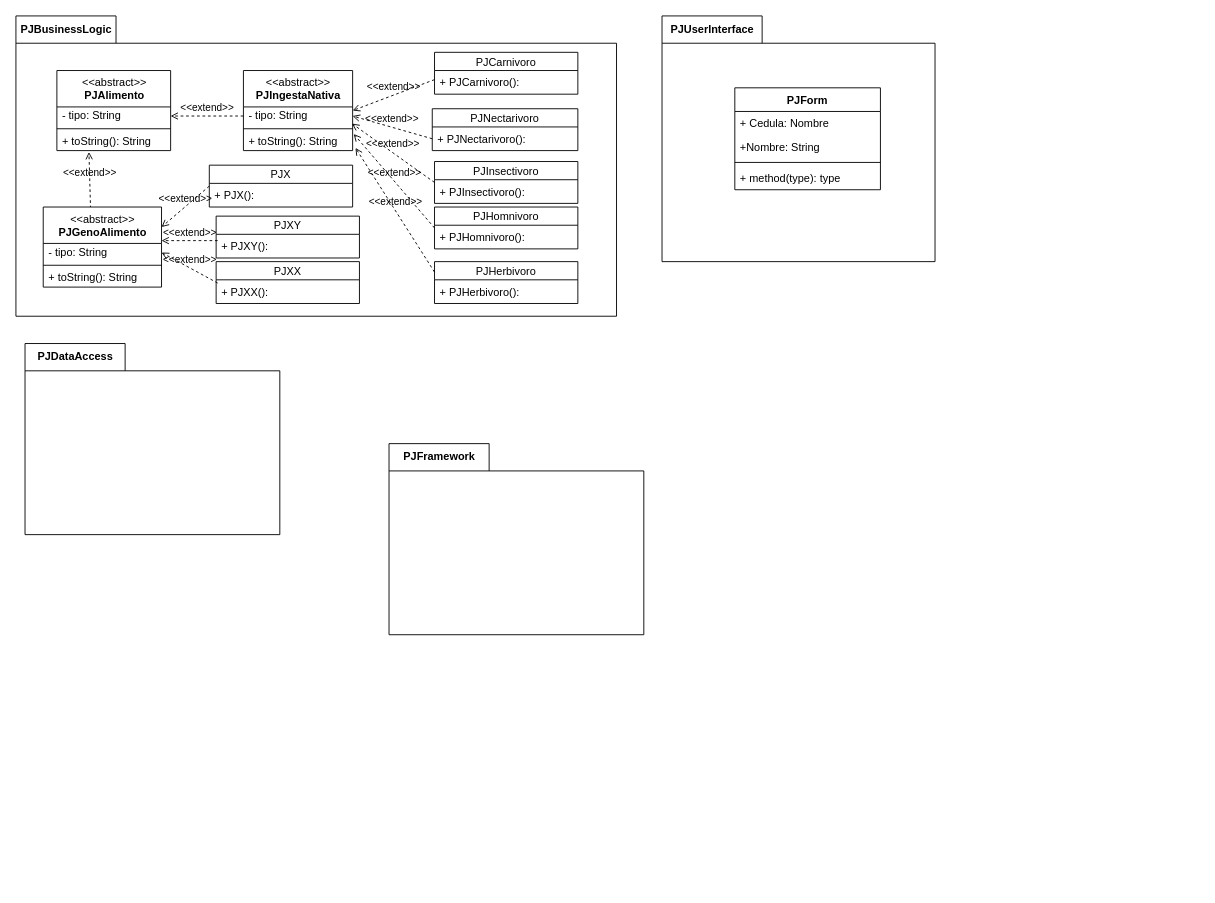
Earlier version of the draw.io diagram Design/PJDCL.dio (Josselyn1303/PJEcuAnt2k24A). Source tidied: cells renumbered, new cells numbered last; positions are measured from the earlier drawing's top-left corner, leaving out a move shared by most shapes. Both pictures are drawn from the tidied source at 91%, with x=0, y=0 at pixel (15, 15).
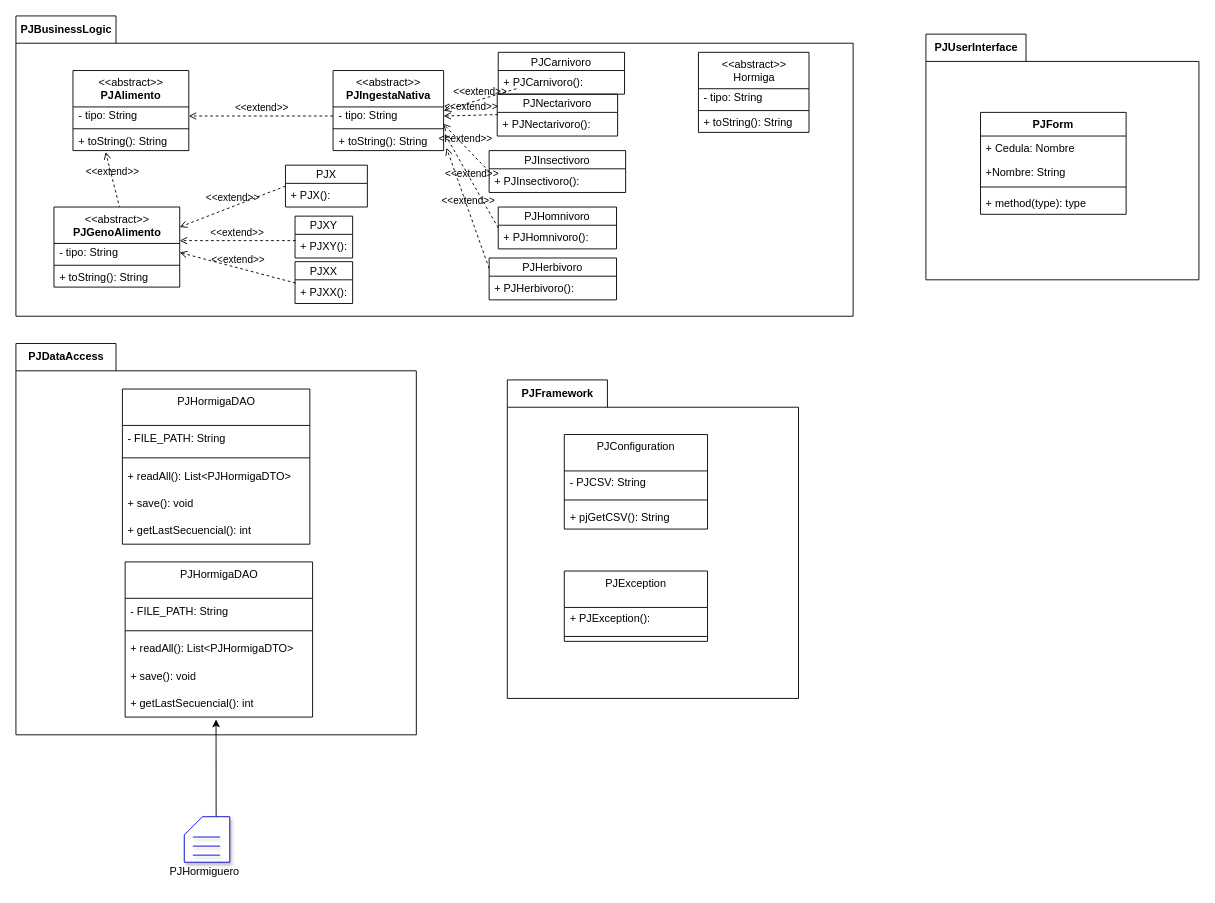
Above is the later version.

Change to the diagram source:
```diff
@@
     <mxCell id="2" value="PJBusinessLogic" style="shape=folder;fontStyle=1;tabWidth=110;tabHeight=30;tabPosition=left;html=1;boundedLbl=1;labelInHeader=1;" parent="1" vertex="1">
-      <mxGeometry width="660" height="330" as="geometry" />
+      <mxGeometry width="920" height="330" as="geometry" />
     </mxCell>
     <mxCell id="3" style="html=1;strokeColor=none;fillColor=none;" parent="2" vertex="1">
-      <mxGeometry width="660" height="231" relative="1" as="geometry">
+      <mxGeometry width="920" height="231" relative="1" as="geometry">
         <mxPoint y="30" as="offset" />
       </mxGeometry>
     </mxCell>
     <mxCell id="4" value="&amp;lt;&amp;lt;abstract&amp;gt;&amp;gt;&lt;br&gt;&lt;b&gt;PJAlimento&lt;/b&gt;" style="swimlane;fontStyle=0;align=center;verticalAlign=top;horizontal=1;startSize=40;html=1;" parent="2" vertex="1">
-      <mxGeometry x="45" y="60" width="125" height="88" as="geometry" />
+      <mxGeometry x="62.7" y="60" width="127.3" height="88" as="geometry" />
     </mxCell>
     <mxCell id="5" value="- tipo: String" style="text;html=1;strokeColor=none;fillColor=none;align=left;verticalAlign=middle;spacingLeft=4;spacingRight=4;overflow=hidden;points=[[0,0.5],[1,0.5]];portConstraint=eastwest;" parent="4" vertex="1">
-      <mxGeometry y="40" width="125" height="20" as="geometry" />
+      <mxGeometry y="40" width="127.3" height="20" as="geometry" />
     </mxCell>
     <mxCell id="6" style="line;strokeWidth=1;fillColor=none;align=left;verticalAlign=middle;spacingTop=-1;spacingLeft=3;spacingRight=3;labelPosition=right;" parent="4" vertex="1">
-      <mxGeometry y="60" width="125" height="8" as="geometry" />
+      <mxGeometry y="60" width="127.3" height="8" as="geometry" />
     </mxCell>
     <mxCell id="7" value="+ toString(): String" style="text;html=1;strokeColor=none;fillColor=none;align=left;verticalAlign=middle;spacingLeft=4;spacingRight=4;overflow=hidden;points=[[0,0.5],[1,0.5]];portConstraint=eastwest;" parent="4" vertex="1">
-      <mxGeometry y="68" width="125" height="20" as="geometry" />
+      <mxGeometry y="68" width="127.3" height="20" as="geometry" />
     </mxCell>
     <mxCell id="8" value="&amp;lt;&amp;lt;extend&amp;gt;&amp;gt;" style="html=1;verticalAlign=bottom;labelBackgroundColor=none;endArrow=open;endFill=0;dashed=1;entryX=1;entryY=0.5;entryDx=0;entryDy=0;exitX=0;exitY=0.5;exitDx=0;exitDy=0;" parent="2" edge="1" target="5">
       <mxGeometry relative="1" as="geometry">
-        <mxPoint x="250" y="110" as="sourcePoint" />
+        <mxPoint x="348.5" y="110" as="sourcePoint" />
       </mxGeometry>
     </mxCell>
     <mxCell id="9" value="&amp;lt;&amp;lt;extend&amp;gt;&amp;gt;" style="html=1;verticalAlign=bottom;labelBackgroundColor=none;endArrow=open;endFill=0;dashed=1;exitX=0.433;exitY=0.017;exitDx=0;exitDy=0;exitPerimeter=0;entryX=0.282;entryY=1.077;entryDx=0;entryDy=0;entryPerimeter=0;" parent="2" edge="1" target="7">
       <mxGeometry relative="1" as="geometry">
-        <mxPoint x="82" y="211.5" as="sourcePoint" />
+        <mxPoint x="114.2" y="211.5" as="sourcePoint" />
       </mxGeometry>
     </mxCell>
     <mxCell id="10" value="PJCarnivoro" style="swimlane;fontStyle=0;horizontal=1;startSize=20;fillColor=none;" parent="2" vertex="1">
-      <mxGeometry x="460" y="40" width="157.5" height="46" as="geometry" />
+      <mxGeometry x="530" y="40" width="138.8" height="46" as="geometry" />
     </mxCell>
     <mxCell id="11" value="+ PJCarnivoro():" style="text;strokeColor=none;fillColor=none;align=left;verticalAlign=top;spacingLeft=4;spacingRight=4;overflow=hidden;" parent="10" vertex="1">
-      <mxGeometry y="20" width="157.5" height="26" as="geometry" />
+      <mxGeometry y="20" width="138.8" height="26" as="geometry" />
     </mxCell>
     <mxCell id="12" value="&amp;lt;&amp;lt;abstract&amp;gt;&amp;gt;&lt;br style=&quot;border-color: var(--border-color);&quot;&gt;&lt;b&gt;PJIngestaNativa&lt;/b&gt;" style="swimlane;fontStyle=0;align=center;verticalAlign=top;horizontal=1;startSize=40;html=1;" parent="2" vertex="1">
-      <mxGeometry x="250" y="60" width="120" height="88" as="geometry" />
+      <mxGeometry x="348.5" y="60" width="121.5" height="88" as="geometry" />
     </mxCell>
     <mxCell id="13" value="- tipo: String" style="text;html=1;strokeColor=none;fillColor=none;align=left;verticalAlign=middle;spacingLeft=4;spacingRight=4;overflow=hidden;points=[[0,0.5],[1,0.5]];portConstraint=eastwest;" parent="12" vertex="1">
-      <mxGeometry y="40" width="120" height="20" as="geometry" />
+      <mxGeometry y="40" width="121.5" height="20" as="geometry" />
     </mxCell>
     <mxCell id="14" style="line;strokeWidth=1;fillColor=none;align=left;verticalAlign=middle;spacingTop=-1;spacingLeft=3;spacingRight=3;labelPosition=right;" parent="12" vertex="1">
-      <mxGeometry y="60" width="120" height="8" as="geometry" />
+      <mxGeometry y="60" width="121.5" height="8" as="geometry" />
     </mxCell>
     <mxCell id="15" value="+ toString(): String" style="text;html=1;strokeColor=none;fillColor=none;align=left;verticalAlign=middle;spacingLeft=4;spacingRight=4;overflow=hidden;points=[[0,0.5],[1,0.5]];portConstraint=eastwest;" parent="12" vertex="1">
-      <mxGeometry y="68" width="120" height="20" as="geometry" />
+      <mxGeometry y="68" width="121.5" height="20" as="geometry" />
     </mxCell>
     <mxCell id="16" value="&amp;lt;&amp;lt;abstract&amp;gt;&amp;gt;&lt;br style=&quot;border-color: var(--border-color);&quot;&gt;&lt;b&gt;PJGenoAlimento&lt;/b&gt;" style="swimlane;fontStyle=0;align=center;verticalAlign=top;horizontal=1;startSize=40;html=1;" parent="2" vertex="1">
-      <mxGeometry x="30" y="210" width="130" height="88" as="geometry" />
+      <mxGeometry x="41.8" y="210" width="138.2" height="88" as="geometry" />
     </mxCell>
     <mxCell id="17" value="- tipo: String" style="text;html=1;strokeColor=none;fillColor=none;align=left;verticalAlign=middle;spacingLeft=4;spacingRight=4;overflow=hidden;points=[[0,0.5],[1,0.5]];portConstraint=eastwest;" parent="16" vertex="1">
-      <mxGeometry y="40" width="130" height="20" as="geometry" />
+      <mxGeometry y="40" width="138.2" height="20" as="geometry" />
     </mxCell>
     <mxCell id="18" style="line;strokeWidth=1;fillColor=none;align=left;verticalAlign=middle;spacingTop=-1;spacingLeft=3;spacingRight=3;labelPosition=right;" parent="16" vertex="1">
-      <mxGeometry y="60" width="130" height="8" as="geometry" />
+      <mxGeometry y="60" width="138.2" height="8" as="geometry" />
     </mxCell>
     <mxCell id="19" value="+ toString(): String" style="text;html=1;strokeColor=none;fillColor=none;align=left;verticalAlign=middle;spacingLeft=4;spacingRight=4;overflow=hidden;" parent="16" vertex="1">
-      <mxGeometry y="68" width="130" height="20" as="geometry" />
+      <mxGeometry y="68" width="138.2" height="20" as="geometry" />
     </mxCell>
     <mxCell id="20" value="PJHerbivoro" style="swimlane;fontStyle=0;horizontal=1;startSize=20;fillColor=none;" parent="2" vertex="1">
-      <mxGeometry x="460" y="270" width="157.5" height="46" as="geometry" />
+      <mxGeometry x="520" y="266" width="140" height="46" as="geometry" />
     </mxCell>
     <mxCell id="21" value="+ PJHerbivoro():" style="text;strokeColor=none;fillColor=none;align=left;verticalAlign=top;spacingLeft=4;spacingRight=4;overflow=hidden;" parent="20" vertex="1">
-      <mxGeometry y="20" width="157.5" height="26" as="geometry" />
+      <mxGeometry y="20" width="140" height="26" as="geometry" />
     </mxCell>
     <mxCell id="22" value="PJHomnivoro" style="swimlane;fontStyle=0;horizontal=1;startSize=20;fillColor=none;" parent="2" vertex="1">
-      <mxGeometry x="460" y="210" width="157.5" height="46" as="geometry" />
+      <mxGeometry x="530" y="210" width="130" height="46" as="geometry" />
     </mxCell>
     <mxCell id="23" value="+ PJHomnivoro():" style="text;strokeColor=none;fillColor=none;align=left;verticalAlign=top;spacingLeft=4;spacingRight=4;overflow=hidden;" parent="22" vertex="1">
-      <mxGeometry y="20" width="157.5" height="26" as="geometry" />
+      <mxGeometry y="20" width="130" height="26" as="geometry" />
     </mxCell>
     <mxCell id="24" value="PJInsectivoro" style="swimlane;fontStyle=0;horizontal=1;startSize=20;fillColor=none;" parent="2" vertex="1">
-      <mxGeometry x="460" y="160" width="157.5" height="46" as="geometry" />
+      <mxGeometry x="520" y="148" width="150" height="46" as="geometry" />
     </mxCell>
     <mxCell id="25" value="+ PJInsectivoro():" style="text;strokeColor=none;fillColor=none;align=left;verticalAlign=top;spacingLeft=4;spacingRight=4;overflow=hidden;" parent="24" vertex="1">
-      <mxGeometry y="20" width="157.5" height="26" as="geometry" />
+      <mxGeometry y="20" width="150" height="26" as="geometry" />
     </mxCell>
     <mxCell id="26" value="PJNectarivoro" style="swimlane;fontStyle=0;horizontal=1;startSize=20;fillColor=none;" parent="2" vertex="1">
-      <mxGeometry x="457.5" y="102" width="160" height="46" as="geometry" />
+      <mxGeometry x="528.9" y="86" width="132.3" height="46" as="geometry" />
     </mxCell>
     <mxCell id="27" value="+ PJNectarivoro():" style="text;strokeColor=none;fillColor=none;align=left;verticalAlign=top;spacingLeft=4;spacingRight=4;overflow=hidden;points=[[0,0.5],[1,0.5]];portConstraint=eastwest;" parent="26" vertex="1">
-      <mxGeometry y="20" width="160" height="26" as="geometry" />
+      <mxGeometry y="20" width="132.3" height="26" as="geometry" />
     </mxCell>
     <mxCell id="28" value="PJXY" style="swimlane;fontStyle=0;horizontal=1;startSize=20;fillColor=none;" parent="2" vertex="1">
-      <mxGeometry x="220" y="220" width="157.5" height="46" as="geometry" />
+      <mxGeometry x="306.7" y="220" width="63.3" height="46" as="geometry" />
     </mxCell>
     <mxCell id="29" value="+ PJXY():" style="text;strokeColor=none;fillColor=none;align=left;verticalAlign=top;spacingLeft=4;spacingRight=4;overflow=hidden;points=[[0,0.5],[1,0.5]];portConstraint=eastwest;" parent="28" vertex="1">
-      <mxGeometry y="20" width="157.5" height="26" as="geometry" />
+      <mxGeometry y="20" width="63.3" height="26" as="geometry" />
     </mxCell>
     <mxCell id="30" value="PJXX" style="swimlane;fontStyle=0;horizontal=1;startSize=20;fillColor=none;" parent="2" vertex="1">
-      <mxGeometry x="220" y="270" width="157.5" height="46" as="geometry" />
+      <mxGeometry x="306.7" y="270" width="63.3" height="46" as="geometry" />
     </mxCell>
     <mxCell id="31" value="+ PJXX():" style="text;strokeColor=none;fillColor=none;align=left;verticalAlign=top;spacingLeft=4;spacingRight=4;overflow=hidden;points=[[0,0.5],[1,0.5]];portConstraint=eastwest;" parent="30" vertex="1">
-      <mxGeometry y="20" width="157.5" height="26" as="geometry" />
+      <mxGeometry y="20" width="63.3" height="26" as="geometry" />
     </mxCell>
-    <mxCell id="32" value="&amp;lt;&amp;lt;extend&amp;gt;&amp;gt;" style="html=1;verticalAlign=bottom;labelBackgroundColor=none;endArrow=open;endFill=0;dashed=1;entryX=1;entryY=0.5;entryDx=0;entryDy=0;exitX=0;exitY=0.5;exitDx=0;exitDy=0;" parent="2" edge="1" target="12">
+    <mxCell id="32" value="&amp;lt;&amp;lt;extend&amp;gt;&amp;gt;" style="html=1;verticalAlign=bottom;labelBackgroundColor=none;endArrow=open;endFill=0;dashed=1;entryX=1;entryY=0.5;entryDx=0;entryDy=0;" parent="2" edge="1" target="12">
       <mxGeometry relative="1" as="geometry">
-        <mxPoint x="460" y="70" as="sourcePoint" />
+        <mxPoint x="550" y="80" as="sourcePoint" />
       </mxGeometry>
     </mxCell>
-    <mxCell id="33" value="&amp;lt;&amp;lt;extend&amp;gt;&amp;gt;" style="html=1;verticalAlign=bottom;labelBackgroundColor=none;endArrow=open;endFill=0;dashed=1;entryX=1;entryY=0.5;entryDx=0;entryDy=0;exitX=0;exitY=0.5;exitDx=0;exitDy=0;" parent="2" edge="1" source="27" target="13">
+    <mxCell id="33" value="&amp;lt;&amp;lt;extend&amp;gt;&amp;gt;" style="html=1;verticalAlign=bottom;labelBackgroundColor=none;endArrow=open;endFill=0;dashed=1;entryX=1;entryY=0.5;entryDx=0;entryDy=0;exitX=0.006;exitY=0.093;exitDx=0;exitDy=0;exitPerimeter=0;" parent="2" edge="1" source="27" target="13">
       <mxGeometry relative="1" as="geometry" />
     </mxCell>
@@
     <mxCell id="37" value="PJX" style="swimlane;fontStyle=0;horizontal=1;startSize=20;fillColor=none;" parent="2" vertex="1">
-      <mxGeometry x="212.5" y="164" width="157.5" height="46" as="geometry" />
+      <mxGeometry x="296.2" y="164" width="90" height="46" as="geometry" />
     </mxCell>
     <mxCell id="38" value="+ PJX():" style="text;strokeColor=none;fillColor=none;align=left;verticalAlign=top;spacingLeft=4;spacingRight=4;overflow=hidden;" parent="37" vertex="1">
-      <mxGeometry y="20" width="157.5" height="26" as="geometry" />
+      <mxGeometry y="20" width="90" height="26" as="geometry" />
     </mxCell>
@@
+    <mxCell id="53" value="&amp;lt;&amp;lt;abstract&amp;gt;&amp;gt;&lt;br&gt;Hormiga" style="swimlane;fontStyle=0;align=center;verticalAlign=top;horizontal=1;startSize=40;html=1;" parent="2" vertex="1">
+      <mxGeometry x="750" y="40" width="121.5" height="88" as="geometry" />
+    </mxCell>
+    <mxCell id="54" value="- tipo: String" style="text;html=1;strokeColor=none;fillColor=none;align=left;verticalAlign=middle;spacingLeft=4;spacingRight=4;overflow=hidden;" parent="53" vertex="1">
+      <mxGeometry y="40" width="121.5" height="20" as="geometry" />
+    </mxCell>
+    <mxCell id="55" style="line;strokeWidth=1;fillColor=none;align=left;verticalAlign=middle;spacingTop=-1;spacingLeft=3;spacingRight=3;labelPosition=right;" parent="53" vertex="1">
+      <mxGeometry y="60" width="121.5" height="8" as="geometry" />
+    </mxCell>
+    <mxCell id="56" value="+ toString(): String" style="text;html=1;strokeColor=none;fillColor=none;align=left;verticalAlign=middle;spacingLeft=4;spacingRight=4;overflow=hidden;" parent="53" vertex="1">
+      <mxGeometry y="68" width="121.5" height="20" as="geometry" />
+    </mxCell>
     <mxCell id="42" value="PJDataAccess" style="shape=folder;fontStyle=1;tabWidth=110;tabHeight=30;tabPosition=left;html=1;boundedLbl=1;labelInHeader=1;" parent="1" vertex="1">
-      <mxGeometry x="10" y="360" width="280" height="210" as="geometry" />
+      <mxGeometry y="360" width="440" height="430" as="geometry" />
     </mxCell>
     <mxCell id="43" style="html=1;strokeColor=none;fillColor=none;" parent="42" vertex="1">
-      <mxGeometry width="280" height="147" relative="1" as="geometry">
+      <mxGeometry width="440" height="301" relative="1" as="geometry">
         <mxPoint y="30" as="offset" />
       </mxGeometry>
     </mxCell>
+    <mxCell id="57" value="PJHormigaDAO" style="swimlane;fontStyle=0;align=center;verticalAlign=top;horizontal=1;startSize=40;html=1;" parent="42" vertex="1">
+      <mxGeometry x="117" y="50" width="206" height="170.5" as="geometry" />
+    </mxCell>
+    <mxCell id="58" value="- FILE_PATH: String" style="text;html=1;strokeColor=none;fillColor=none;align=left;verticalAlign=middle;spacingLeft=4;spacingRight=4;overflow=hidden;" parent="57" vertex="1">
+      <mxGeometry y="40" width="206" height="29.7" as="geometry" />
+    </mxCell>
+    <mxCell id="59" style="line;strokeWidth=1;fillColor=none;align=left;verticalAlign=middle;spacingTop=-1;spacingLeft=3;spacingRight=3;labelPosition=right;" parent="57" vertex="1">
+      <mxGeometry y="69.7" width="206" height="11.9" as="geometry" />
+    </mxCell>
+    <mxCell id="60" value="+ readAll(): List&amp;lt;PJHormigaDTO&amp;gt;" style="text;html=1;strokeColor=none;fillColor=none;align=left;verticalAlign=middle;spacingLeft=4;spacingRight=4;overflow=hidden;" parent="57" vertex="1">
+      <mxGeometry y="81.5" width="206" height="29.7" as="geometry" />
+    </mxCell>
+    <mxCell id="61" value="+ save(): void" style="text;html=1;strokeColor=none;fillColor=none;align=left;verticalAlign=middle;spacingLeft=4;spacingRight=4;overflow=hidden;" parent="57" vertex="1">
+      <mxGeometry y="111.2" width="206" height="29.7" as="geometry" />
+    </mxCell>
+    <mxCell id="62" value="+ getLastSecuencial(): int" style="text;html=1;strokeColor=none;fillColor=none;align=left;verticalAlign=middle;spacingLeft=4;spacingRight=4;overflow=hidden;" parent="57" vertex="1">
+      <mxGeometry y="140.8" width="206" height="29.7" as="geometry" />
+    </mxCell>
+    <mxCell id="63" value="PJHormigaDAO" style="swimlane;fontStyle=0;align=center;verticalAlign=top;horizontal=1;startSize=40;html=1;" parent="42" vertex="1">
+      <mxGeometry x="120" y="240" width="206" height="170.5" as="geometry" />
+    </mxCell>
+    <mxCell id="64" value="- FILE_PATH: String" style="text;html=1;strokeColor=none;fillColor=none;align=left;verticalAlign=middle;spacingLeft=4;spacingRight=4;overflow=hidden;" parent="63" vertex="1">
+      <mxGeometry y="40" width="206" height="29.7" as="geometry" />
+    </mxCell>
+    <mxCell id="65" style="line;strokeWidth=1;fillColor=none;align=left;verticalAlign=middle;spacingTop=-1;spacingLeft=3;spacingRight=3;labelPosition=right;" parent="63" vertex="1">
+      <mxGeometry y="69.7" width="206" height="11.9" as="geometry" />
+    </mxCell>
+    <mxCell id="66" value="+ readAll(): List&amp;lt;PJHormigaDTO&amp;gt;" style="text;html=1;strokeColor=none;fillColor=none;align=left;verticalAlign=middle;spacingLeft=4;spacingRight=4;overflow=hidden;" parent="63" vertex="1">
+      <mxGeometry y="81.5" width="206" height="29.7" as="geometry" />
+    </mxCell>
+    <mxCell id="67" value="+ save(): void" style="text;html=1;strokeColor=none;fillColor=none;align=left;verticalAlign=middle;spacingLeft=4;spacingRight=4;overflow=hidden;" parent="63" vertex="1">
+      <mxGeometry y="111.2" width="206" height="29.7" as="geometry" />
+    </mxCell>
+    <mxCell id="68" value="+ getLastSecuencial(): int" style="text;html=1;strokeColor=none;fillColor=none;align=left;verticalAlign=middle;spacingLeft=4;spacingRight=4;overflow=hidden;points=[[0,0.5],[1,0.5]];portConstraint=eastwest;" parent="63" vertex="1">
+      <mxGeometry y="140.8" width="206" height="29.7" as="geometry" />
+    </mxCell>
     <mxCell id="44" value="PJUserInterface" style="shape=folder;fontStyle=1;tabWidth=110;tabHeight=30;tabPosition=left;html=1;boundedLbl=1;labelInHeader=1;" parent="1" vertex="1">
-      <mxGeometry x="710" width="300" height="270" as="geometry" />
+      <mxGeometry x="1000" y="20" width="300" height="270" as="geometry" />
     </mxCell>
@@
-    <mxCell id="46" value="PJFramework" style="shape=folder;fontStyle=1;tabWidth=110;tabHeight=30;tabPosition=left;html=1;boundedLbl=1;labelInHeader=1;" parent="1" vertex="1">
-      <mxGeometry x="410" y="470" width="280" height="210" as="geometry" />
-    </mxCell>
-    <mxCell id="47" style="html=1;strokeColor=none;fillColor=none;" parent="46" vertex="1">
-      <mxGeometry width="280" height="147" relative="1" as="geometry">
-        <mxPoint y="30" as="offset" />
-      </mxGeometry>
-    </mxCell>
-    <mxCell id="48" value="PJForm" style="swimlane;fontStyle=1;align=center;verticalAlign=top;horizontal=1;startSize=26;" parent="1" vertex="1">
-      <mxGeometry x="790" y="79" width="160" height="112" as="geometry" />
+    <mxCell id="48" value="PJForm" style="swimlane;fontStyle=1;align=center;verticalAlign=top;horizontal=1;startSize=26;" parent="44" vertex="1">
+      <mxGeometry x="60" y="86" width="160" height="112" as="geometry" />
     </mxCell>
@@
+    <mxCell id="46" value="PJFramework" style="shape=folder;fontStyle=1;tabWidth=110;tabHeight=30;tabPosition=left;html=1;boundedLbl=1;labelInHeader=1;" parent="1" vertex="1">
+      <mxGeometry x="540" y="400" width="320" height="350" as="geometry" />
+    </mxCell>
+    <mxCell id="47" style="html=1;strokeColor=none;fillColor=none;" parent="46" vertex="1">
+      <mxGeometry width="320" height="245" relative="1" as="geometry">
+        <mxPoint y="30" as="offset" />
+      </mxGeometry>
+    </mxCell>
+    <mxCell id="69" value="PJConfiguration" style="swimlane;fontStyle=0;align=center;verticalAlign=top;horizontal=1;startSize=40;html=1;" parent="46" vertex="1">
+      <mxGeometry x="62.6" y="60" width="157.4" height="103.9" as="geometry" />
+    </mxCell>
+    <mxCell id="70" value="- PJCSV: String" style="text;html=1;strokeColor=none;fillColor=none;align=left;verticalAlign=middle;spacingLeft=4;spacingRight=4;overflow=hidden;" parent="69" vertex="1">
+      <mxGeometry y="40" width="157.4" height="26.6" as="geometry" />
+    </mxCell>
+    <mxCell id="71" style="line;strokeWidth=1;fillColor=none;align=left;verticalAlign=middle;spacingTop=-1;spacingLeft=3;spacingRight=3;labelPosition=right;" parent="69" vertex="1">
+      <mxGeometry y="66.6" width="157.4" height="10.6" as="geometry" />
+    </mxCell>
+    <mxCell id="72" value="+ pjGetCSV(): String" style="text;html=1;strokeColor=none;fillColor=none;align=left;verticalAlign=middle;spacingLeft=4;spacingRight=4;overflow=hidden;" parent="69" vertex="1">
+      <mxGeometry y="77.3" width="157.4" height="26.6" as="geometry" />
+    </mxCell>
+    <mxCell id="73" value="PJException" style="swimlane;fontStyle=0;align=center;verticalAlign=top;horizontal=1;startSize=40;html=1;" parent="46" vertex="1">
+      <mxGeometry x="62.6" y="210" width="157.4" height="77.3" as="geometry" />
+    </mxCell>
+    <mxCell id="74" value="+ PJException():" style="text;html=1;strokeColor=none;fillColor=none;align=left;verticalAlign=middle;spacingLeft=4;spacingRight=4;overflow=hidden;" parent="73" vertex="1">
+      <mxGeometry y="40" width="157.4" height="26.6" as="geometry" />
+    </mxCell>
+    <mxCell id="75" style="line;strokeWidth=1;fillColor=none;align=left;verticalAlign=middle;spacingTop=-1;spacingLeft=3;spacingRight=3;labelPosition=right;" parent="73" vertex="1">
+      <mxGeometry y="66.6" width="157.4" height="10.6" as="geometry" />
+    </mxCell>
+    <mxCell id="76" style="verticalLabelPosition=bottom;verticalAlign=top;html=1;shape=card;whiteSpace=wrap;size=20;arcSize=12;fillColor=#FFFFFF;strokeColor=#0000CC;shadow=1;" parent="1" vertex="1">
+      <mxGeometry x="185" y="880" width="50" height="50" as="geometry" />
+    </mxCell>
+    <mxCell id="77" style="endArrow=none;html=1;strokeColor=#0000CC;shadow=1;" parent="1" edge="1">
+      <mxGeometry relative="1" as="geometry">
+        <mxPoint x="194.4" y="902.3" as="sourcePoint" />
+        <mxPoint x="224.4" y="902.3" as="targetPoint" />
+      </mxGeometry>
+    </mxCell>
+    <mxCell id="78" style="endArrow=none;html=1;strokeColor=#0000CC;shadow=1;" parent="1" edge="1">
+      <mxGeometry relative="1" as="geometry">
+        <mxPoint x="194.4" y="912.3" as="sourcePoint" />
+        <mxPoint x="224.4" y="912.3" as="targetPoint" />
+      </mxGeometry>
+    </mxCell>
+    <mxCell id="79" style="endArrow=none;html=1;strokeColor=#0000CC;shadow=1;" parent="1" edge="1">
+      <mxGeometry relative="1" as="geometry">
+        <mxPoint x="194.4" y="922.2" as="sourcePoint" />
+        <mxPoint x="224.4" y="922.2" as="targetPoint" />
+      </mxGeometry>
+    </mxCell>
+    <mxCell id="80" value="PJHormiguero" style="text;html=1;strokeColor=none;fillColor=none;align=center;verticalAlign=middle;whiteSpace=wrap;rounded=0;shadow=1;" parent="1" vertex="1">
+      <mxGeometry x="180" y="930" width="55" height="20" as="geometry" />
+    </mxCell>
+    <mxCell id="81" style="endArrow=classic;html=1;exitX=0;exitY=0;exitDx=35;exitDy=0;exitPerimeter=0;entryX=0.485;entryY=1.085;entryDx=0;entryDy=0;entryPerimeter=0;" parent="1" edge="1" source="76" target="68">
+      <mxGeometry relative="1" as="geometry" />
+    </mxCell>
```
